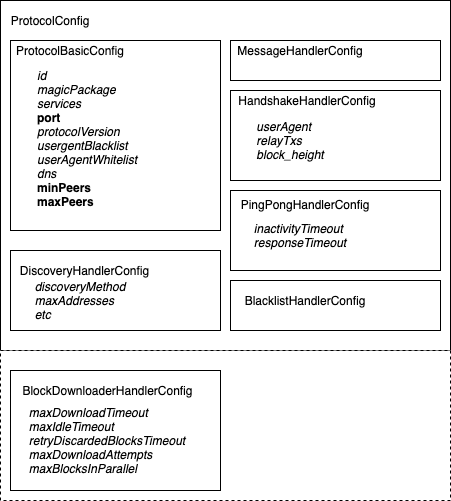
Above: net/doc/jcl-Net-config.png in bitcoin-sv/bsv-components-library (draw.io), before the change. Source tidied: cells renumbered, new cells last; positions are measured from the earlier drawing's top-left corner, leaving out a move shared by most shapes.
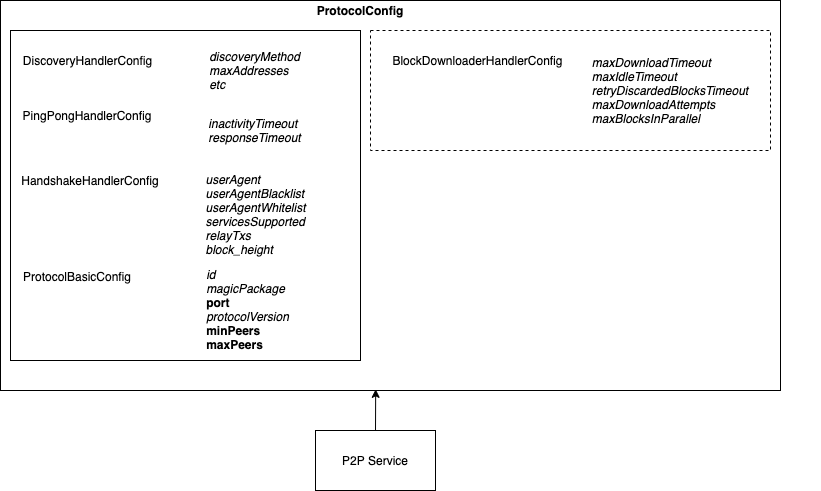
Above is the later version.

Diff of the diagram source:
```diff
@@ -2,92 +2,68 @@
   <root>
     <mxCell id="0" />
     <mxCell id="1" parent="0" />
+    <mxCell id="31" style="rounded=0;whiteSpace=wrap;html=1;" parent="1" vertex="1">
+      <mxGeometry x="-240" y="70" width="780" height="390" as="geometry" />
+    </mxCell>
     <mxCell id="2" style="rounded=0;whiteSpace=wrap;html=1;" parent="1" vertex="1">
-      <mxGeometry width="450" height="350" as="geometry" />
+      <mxGeometry x="-230" y="100" width="350" height="330" as="geometry" />
     </mxCell>
-    <mxCell id="3" value="ProtocolConfig" style="text;html=1;strokeColor=none;fillColor=none;align=center;verticalAlign=middle;whiteSpace=wrap;rounded=0;" parent="1" vertex="1">
-      <mxGeometry x="30" y="10" width="40" height="20" as="geometry" />
+    <mxCell id="3" value="&lt;b&gt;ProtocolConfig&lt;/b&gt;" style="text;html=1;strokeColor=none;fillColor=none;align=center;verticalAlign=middle;whiteSpace=wrap;rounded=0;" parent="1" vertex="1">
+      <mxGeometry x="100" y="70" width="40" height="20" as="geometry" />
     </mxCell>
-    <mxCell id="4" style="group;" parent="1" vertex="1">
-      <mxGeometry x="10" y="370" width="440" height="130" as="geometry" />
-    </mxCell>
-    <mxCell id="5" style="rounded=0;whiteSpace=wrap;html=1;dashed=1;" parent="4" vertex="1">
-      <mxGeometry x="-10" y="-20" width="450" height="150" as="geometry" />
-    </mxCell>
-    <mxCell id="6" style="rounded=0;whiteSpace=wrap;html=1;" parent="4" vertex="1">
-      <mxGeometry width="210" height="120" as="geometry" />
-    </mxCell>
-    <mxCell id="7" value="BlockDownloaderHandlerConfig" style="text;html=1;strokeColor=none;fillColor=none;align=center;verticalAlign=middle;whiteSpace=wrap;rounded=0;" parent="4" vertex="1">
-      <mxGeometry x="15" y="10" width="165" height="20" as="geometry" />
-    </mxCell>
-    <mxCell id="8" value="&lt;div style=&quot;text-align: left&quot;&gt;&lt;i&gt;maxDownloadTimeout&lt;/i&gt;&lt;/div&gt;&lt;div style=&quot;text-align: left&quot;&gt;&lt;i&gt;maxIdleTimeout&lt;/i&gt;&lt;/div&gt;&lt;div style=&quot;text-align: left&quot;&gt;&lt;i&gt;retryDiscardedBlocksTimeout&lt;/i&gt;&lt;/div&gt;&lt;div style=&quot;text-align: left&quot;&gt;&lt;i&gt;maxDownloadAttempts&lt;/i&gt;&lt;/div&gt;&lt;div style=&quot;text-align: left&quot;&gt;&lt;i&gt;maxBlocksInParallel&lt;/i&gt;&lt;/div&gt;" style="text;html=1;strokeColor=none;fillColor=none;align=center;verticalAlign=middle;whiteSpace=wrap;rounded=0;" parent="4" vertex="1">
-      <mxGeometry x="7" y="30" width="180" height="80" as="geometry" />
-    </mxCell>
-    <mxCell id="9" style="group;" parent="1" vertex="1">
-      <mxGeometry x="230" y="280" width="210" height="50" as="geometry" />
-    </mxCell>
-    <mxCell id="10" style="rounded=0;whiteSpace=wrap;html=1;" parent="9" vertex="1">
-      <mxGeometry width="210" height="50" as="geometry" />
-    </mxCell>
-    <mxCell id="11" value="BlacklistHandlerConfig" style="text;html=1;strokeColor=none;fillColor=none;align=center;verticalAlign=middle;whiteSpace=wrap;rounded=0;" parent="9" vertex="1">
-      <mxGeometry x="14.5" y="10" width="120" height="20" as="geometry" />
-    </mxCell>
     <mxCell id="12" style="group;" parent="1" vertex="1">
-      <mxGeometry x="10" y="250" width="210" height="80" as="geometry" />
+      <mxGeometry x="-220" y="90" width="450" height="80" as="geometry" />
     </mxCell>
-    <mxCell id="13" style="rounded=0;whiteSpace=wrap;html=1;" parent="12" vertex="1">
-      <mxGeometry width="210" height="80" as="geometry" />
-    </mxCell>
     <mxCell id="14" value="DiscoveryHandlerConfig" style="text;html=1;strokeColor=none;fillColor=none;align=center;verticalAlign=middle;whiteSpace=wrap;rounded=0;" parent="12" vertex="1">
-      <mxGeometry x="7" y="10" width="135" height="20" as="geometry" />
+      <mxGeometry x="-10" y="30" width="155" height="20" as="geometry" />
     </mxCell>
     <mxCell id="15" value="&lt;div style=&quot;text-align: left&quot;&gt;&lt;i&gt;discoveryMethod&lt;/i&gt;&lt;/div&gt;&lt;div style=&quot;text-align: left&quot;&gt;&lt;i&gt;maxAddresses&lt;/i&gt;&lt;/div&gt;&lt;div style=&quot;text-align: left&quot;&gt;&lt;i&gt;etc&lt;/i&gt;&lt;/div&gt;" style="text;html=1;strokeColor=none;fillColor=none;align=center;verticalAlign=middle;whiteSpace=wrap;rounded=0;" parent="12" vertex="1">
-      <mxGeometry x="10" y="20" width="120" height="60" as="geometry" />
+      <mxGeometry x="170" y="20" width="128.6" height="60" as="geometry" />
     </mxCell>
     <mxCell id="16" style="group;" parent="1" vertex="1">
-      <mxGeometry x="230" y="190" width="210" height="80" as="geometry" />
+      <mxGeometry x="-220" y="170" width="800" height="80" as="geometry" />
     </mxCell>
-    <mxCell id="17" style="rounded=0;whiteSpace=wrap;html=1;" parent="16" vertex="1">
-      <mxGeometry width="210" height="80" as="geometry" />
-    </mxCell>
     <mxCell id="18" value="PingPongHandlerConfig" style="text;html=1;strokeColor=none;fillColor=none;align=center;verticalAlign=middle;whiteSpace=wrap;rounded=0;" parent="16" vertex="1">
-      <mxGeometry x="15" y="4" width="120" height="20" as="geometry" />
+      <mxGeometry x="-13" y="7.5" width="159.9" height="15" as="geometry" />
     </mxCell>
     <mxCell id="19" value="&lt;div style=&quot;text-align: left&quot;&gt;&lt;i&gt;inactivityTimeout&lt;/i&gt;&lt;/div&gt;&lt;div style=&quot;text-align: left&quot;&gt;&lt;i&gt;responseTimeout&lt;/i&gt;&lt;/div&gt;" style="text;html=1;strokeColor=none;fillColor=none;align=center;verticalAlign=middle;whiteSpace=wrap;rounded=0;" parent="16" vertex="1">
-      <mxGeometry x="10" y="15" width="120" height="60" as="geometry" />
+      <mxGeometry x="170" y="7.5" width="128.6" height="45" as="geometry" />
     </mxCell>
+    <mxCell id="4" style="group;" parent="16" vertex="1">
+      <mxGeometry x="360" y="-50" width="440" height="130" as="geometry" />
+    </mxCell>
+    <mxCell id="5" style="rounded=0;whiteSpace=wrap;html=1;dashed=1;" parent="4" vertex="1">
+      <mxGeometry x="-10" y="-20" width="400" height="120" as="geometry" />
+    </mxCell>
+    <mxCell id="7" value="BlockDownloaderHandlerConfig" style="text;html=1;strokeColor=none;fillColor=none;align=center;verticalAlign=middle;whiteSpace=wrap;rounded=0;" parent="4" vertex="1">
+      <mxGeometry x="15" width="165" height="20" as="geometry" />
+    </mxCell>
+    <mxCell id="8" value="&lt;div style=&quot;text-align: left&quot;&gt;&lt;i&gt;maxDownloadTimeout&lt;/i&gt;&lt;/div&gt;&lt;div style=&quot;text-align: left&quot;&gt;&lt;i&gt;maxIdleTimeout&lt;/i&gt;&lt;/div&gt;&lt;div style=&quot;text-align: left&quot;&gt;&lt;i&gt;retryDiscardedBlocksTimeout&lt;/i&gt;&lt;/div&gt;&lt;div style=&quot;text-align: left&quot;&gt;&lt;i&gt;maxDownloadAttempts&lt;/i&gt;&lt;/div&gt;&lt;div style=&quot;text-align: left&quot;&gt;&lt;i&gt;maxBlocksInParallel&lt;/i&gt;&lt;/div&gt;" style="text;html=1;strokeColor=none;fillColor=none;align=center;verticalAlign=middle;whiteSpace=wrap;rounded=0;" parent="4" vertex="1">
+      <mxGeometry x="200" width="180" height="80" as="geometry" />
+    </mxCell>
     <mxCell id="20" style="group;" parent="1" vertex="1">
-      <mxGeometry x="230" y="90" width="210" height="90" as="geometry" />
+      <mxGeometry x="-220" y="210.2" width="450" height="119.8" as="geometry" />
     </mxCell>
-    <mxCell id="21" style="rounded=0;whiteSpace=wrap;html=1;" parent="20" vertex="1">
-      <mxGeometry width="210" height="90" as="geometry" />
-    </mxCell>
     <mxCell id="22" value="HandshakeHandlerConfig" style="text;html=1;strokeColor=none;fillColor=none;align=center;verticalAlign=middle;whiteSpace=wrap;rounded=0;" parent="20" vertex="1">
-      <mxGeometry x="17" width="120" height="20" as="geometry" />
+      <mxGeometry x="-4.8" y="31.1" width="150" height="17.8" as="geometry" />
     </mxCell>
-    <mxCell id="23" value="&lt;div style=&quot;text-align: left&quot;&gt;&lt;i&gt;userAgent&lt;/i&gt;&lt;/div&gt;&lt;div style=&quot;text-align: left&quot;&gt;&lt;i&gt;relayTxs&lt;/i&gt;&lt;/div&gt;&lt;div style=&quot;text-align: left&quot;&gt;&lt;i&gt;block_height&lt;/i&gt;&lt;/div&gt;" style="text;html=1;strokeColor=none;fillColor=none;align=center;verticalAlign=middle;whiteSpace=wrap;rounded=0;" parent="20" vertex="1">
-      <mxGeometry x="20" y="20" width="80" height="60" as="geometry" />
-    </mxCell>
-    <mxCell id="24" style="group;" parent="1" vertex="1">
-      <mxGeometry x="230" y="40" width="210" height="40" as="geometry" />
-    </mxCell>
-    <mxCell id="25" style="rounded=0;whiteSpace=wrap;html=1;" parent="24" vertex="1">
-      <mxGeometry width="210" height="40" as="geometry" />
-    </mxCell>
-    <mxCell id="26" value="MessageHandlerConfig" style="text;html=1;strokeColor=none;fillColor=none;align=center;verticalAlign=middle;whiteSpace=wrap;rounded=0;" parent="24" vertex="1">
-      <mxGeometry x="10" width="120" height="20" as="geometry" />
-    </mxCell>
     <mxCell id="27" style="group;" parent="1" vertex="1">
-      <mxGeometry x="10" y="40" width="210" height="190" as="geometry" />
+      <mxGeometry x="-230" y="330" width="400" height="100" as="geometry" />
     </mxCell>
-    <mxCell id="28" style="rounded=0;whiteSpace=wrap;html=1;" parent="27" vertex="1">
-      <mxGeometry width="210" height="190" as="geometry" />
-    </mxCell>
     <mxCell id="29" value="ProtocolBasicConfig" style="text;html=1;strokeColor=none;fillColor=none;align=center;verticalAlign=middle;whiteSpace=wrap;rounded=0;" parent="27" vertex="1">
-      <mxGeometry width="120" height="20" as="geometry" />
+      <mxGeometry x="12.2" y="8" width="110.3" height="16" as="geometry" />
     </mxCell>
-    <mxCell id="30" value="&lt;div style=&quot;text-align: left&quot;&gt;&lt;span&gt;&lt;i&gt;id&lt;/i&gt;&lt;/span&gt;&lt;/div&gt;&lt;div style=&quot;text-align: left&quot;&gt;&lt;span&gt;&lt;i&gt;magicPackage&lt;/i&gt;&lt;/span&gt;&lt;/div&gt;&lt;div style=&quot;text-align: left&quot;&gt;&lt;span&gt;&lt;i&gt;services&lt;/i&gt;&lt;/span&gt;&lt;/div&gt;&lt;div style=&quot;text-align: left&quot;&gt;&lt;span&gt;&lt;b&gt;port&lt;/b&gt;&lt;/span&gt;&lt;/div&gt;&lt;div style=&quot;text-align: left&quot;&gt;&lt;span&gt;&lt;i&gt;protocolVersion&lt;/i&gt;&lt;/span&gt;&lt;/div&gt;&lt;div style=&quot;text-align: left&quot;&gt;&lt;span&gt;&lt;i&gt;usergentBlacklist&lt;/i&gt;&lt;/span&gt;&lt;/div&gt;&lt;div style=&quot;text-align: left&quot;&gt;&lt;span&gt;&lt;i&gt;userAgentWhitelist&lt;/i&gt;&lt;/span&gt;&lt;/div&gt;&lt;div style=&quot;text-align: left&quot;&gt;&lt;span&gt;&lt;i&gt;dns&lt;/i&gt;&lt;/span&gt;&lt;/div&gt;&lt;div style=&quot;text-align: left&quot;&gt;&lt;span&gt;&lt;b&gt;minPeers&lt;/b&gt;&lt;/span&gt;&lt;/div&gt;&lt;div style=&quot;text-align: left&quot;&gt;&lt;span&gt;&lt;b&gt;maxPeers&lt;/b&gt;&lt;/span&gt;&lt;/div&gt;&lt;div style=&quot;text-align: left&quot;&gt;&lt;span&gt;&lt;i&gt;&lt;br&gt;&lt;/i&gt;&lt;/span&gt;&lt;/div&gt;" style="text;html=1;strokeColor=none;fillColor=none;align=center;verticalAlign=middle;whiteSpace=wrap;rounded=0;" parent="27" vertex="1">
-      <mxGeometry x="7" y="20" width="140" height="170" as="geometry" />
+    <mxCell id="30" value="&lt;div style=&quot;text-align: left&quot;&gt;&lt;span&gt;&lt;i&gt;id&lt;/i&gt;&lt;/span&gt;&lt;/div&gt;&lt;div style=&quot;text-align: left&quot;&gt;&lt;span&gt;&lt;i&gt;magicPackage&lt;/i&gt;&lt;/span&gt;&lt;/div&gt;&lt;div style=&quot;text-align: left&quot;&gt;&lt;span&gt;&lt;b&gt;port&lt;/b&gt;&lt;/span&gt;&lt;/div&gt;&lt;div style=&quot;text-align: left&quot;&gt;&lt;span&gt;&lt;i&gt;protocolVersion&lt;/i&gt;&lt;/span&gt;&lt;/div&gt;&lt;div style=&quot;text-align: left&quot;&gt;&lt;span&gt;&lt;b&gt;minPeers&lt;/b&gt;&lt;/span&gt;&lt;/div&gt;&lt;div style=&quot;text-align: left&quot;&gt;&lt;span&gt;&lt;b&gt;maxPeers&lt;/b&gt;&lt;/span&gt;&lt;/div&gt;&lt;div style=&quot;text-align: left&quot;&gt;&lt;span&gt;&lt;i&gt;&lt;br&gt;&lt;/i&gt;&lt;/span&gt;&lt;/div&gt;" style="text;html=1;strokeColor=none;fillColor=none;align=center;verticalAlign=middle;whiteSpace=wrap;rounded=0;" parent="27" vertex="1">
+      <mxGeometry x="152.9" y="8" width="168.8" height="96" as="geometry" />
     </mxCell>
+    <mxCell id="32" value="P2P Service" style="rounded=0;whiteSpace=wrap;html=1;" parent="1" vertex="1">
+      <mxGeometry x="75" y="500" width="120" height="60" as="geometry" />
+    </mxCell>
+    <mxCell id="23" value="&lt;div style=&quot;text-align: left&quot;&gt;&lt;i&gt;userAgent&lt;/i&gt;&lt;/div&gt;&lt;div style=&quot;text-align: left&quot;&gt;&lt;i&gt;userAgentBlacklist&lt;/i&gt;&lt;/div&gt;&lt;div style=&quot;text-align: left&quot;&gt;&lt;i&gt;userAgentWhitelist&lt;/i&gt;&lt;/div&gt;&lt;div style=&quot;text-align: left&quot;&gt;&lt;i&gt;servicesSupported&lt;/i&gt;&lt;/div&gt;&lt;div style=&quot;text-align: left&quot;&gt;&lt;i&gt;relayTxs&lt;/i&gt;&lt;/div&gt;&lt;div style=&quot;text-align: left&quot;&gt;&lt;i&gt;block_height&lt;/i&gt;&lt;/div&gt;" style="text;html=1;strokeColor=none;fillColor=none;align=center;verticalAlign=middle;whiteSpace=wrap;rounded=0;" parent="1" vertex="1">
+      <mxGeometry x="-60" y="238.9" width="151.4" height="91.1" as="geometry" />
+    </mxCell>
+    <mxCell id="33" style="endArrow=classic;html=1;exitX=0.5;exitY=0;exitDx=0;exitDy=0;entryX=0.481;entryY=0.997;entryDx=0;entryDy=0;entryPerimeter=0;" parent="1" edge="1" source="32" target="31">
+      <mxGeometry relative="1" as="geometry" />
+    </mxCell>
   </root>
 </mxGraphModel>
```
